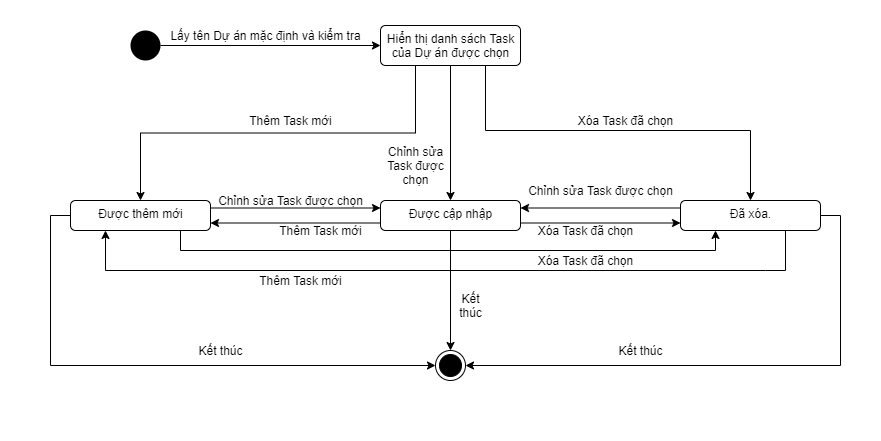
Before: ToDoApp-Doc/Document/Diagram/State Machine Diagram/DefaultProjectManagement/StateMachineDiagram_DefaultProjectManagement.png, a diagram exported from draw.io (Merevoli-DatLuu/To-Do-App). Source tidied: cells renumbered, new cells last; positions are measured from the earlier drawing's top-left corner, leaving out a move shared by most shapes.
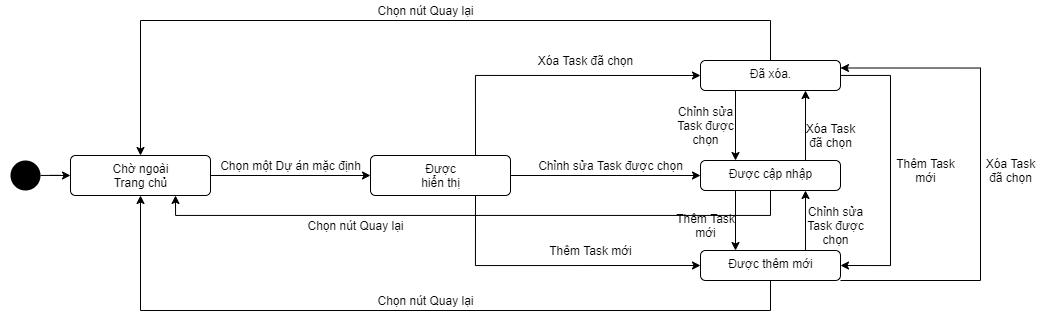
The same file after the commit.

Commit message:
[TODO-52]-[Modified]: DefaultProjectManagement State Diagram

Change to the diagram source:
```diff
@@ -2,119 +2,141 @@
   <root>
     <mxCell id="0" />
     <mxCell id="1" parent="0" />
-    <mxCell id="2" style="rounded=0;whiteSpace=wrap;html=1;strokeColor=none;" parent="1" vertex="1">
-      <mxGeometry width="880" height="440" as="geometry" />
-    </mxCell>
-    <mxCell id="3" style="edgeStyle=orthogonalEdgeStyle;rounded=0;jettySize=auto;html=1;" parent="1" edge="1" source="4" target="9">
-      <mxGeometry relative="1" as="geometry" />
-    </mxCell>
+    <mxCell id="35" style="rounded=0;whiteSpace=wrap;html=1;strokeColor=none;" parent="1" vertex="1">
+      <mxGeometry x="-10" y="-130" width="1040" height="320" as="geometry" />
+    </mxCell>
+    <mxCell id="36" style="edgeStyle=orthogonalEdgeStyle;rounded=0;jettySize=auto;html=1;entryX=0;entryY=0.5;entryDx=0;entryDy=0;" parent="1" edge="1" source="4" target="41">
+      <mxGeometry relative="1" as="geometry" />
+    </mxCell>
     <mxCell id="4" style="ellipse;fillColor=#000000;strokeColor=none;" parent="1" vertex="1">
-      <mxGeometry x="130" y="30" width="30" height="30" as="geometry" />
+      <mxGeometry y="30" width="30" height="30" as="geometry" />
     </mxCell>
-    <mxCell id="5" style="ellipse;html=1;shape=endState;fillColor=#000000;strokeColor=#000000;" parent="1" vertex="1">
-      <mxGeometry x="435" y="350" width="30" height="30" as="geometry" />
-    </mxCell>
-    <mxCell id="6" style="edgeStyle=orthogonalEdgeStyle;rounded=0;jettySize=auto;html=1;entryX=0.5;entryY=0;entryDx=0;entryDy=0;" parent="1" edge="1" source="9" target="22">
+    <mxCell id="6" style="edgeStyle=orthogonalEdgeStyle;rounded=0;jettySize=auto;html=1;entryX=0;entryY=0.5;entryDx=0;entryDy=0;exitX=1;exitY=0.5;exitDx=0;exitDy=0;" parent="1" edge="1" source="9" target="22">
       <mxGeometry relative="1" as="geometry" />
     </mxCell>
-    <mxCell id="7" style="rounded=0;jettySize=auto;html=1;entryX=0.5;entryY=0;entryDx=0;entryDy=0;edgeStyle=orthogonalEdgeStyle;exitX=0.75;exitY=1;exitDx=0;exitDy=0;" parent="1" edge="1" source="9" target="18">
+    <mxCell id="7" style="rounded=0;jettySize=auto;html=1;entryX=0;entryY=0.5;entryDx=0;entryDy=0;edgeStyle=orthogonalEdgeStyle;exitX=0.75;exitY=0;exitDx=0;exitDy=0;" parent="1" edge="1" source="9" target="18">
       <mxGeometry relative="1" as="geometry">
         <Array as="points">
-          <mxPoint x="485" y="130" />
-          <mxPoint x="750" y="130" />
+          <mxPoint x="465" y="-55" />
         </Array>
       </mxGeometry>
     </mxCell>
-    <mxCell id="8" style="edgeStyle=orthogonalEdgeStyle;rounded=0;jettySize=auto;html=1;entryX=0.5;entryY=0;entryDx=0;entryDy=0;exitX=0.25;exitY=1;exitDx=0;exitDy=0;" parent="1" edge="1" source="9" target="14">
+    <mxCell id="8" style="edgeStyle=orthogonalEdgeStyle;rounded=0;jettySize=auto;html=1;entryX=0;entryY=0.5;entryDx=0;entryDy=0;exitX=0.75;exitY=1;exitDx=0;exitDy=0;" parent="1" edge="1" source="9" target="14">
       <mxGeometry relative="1" as="geometry" />
     </mxCell>
-    <mxCell id="9" value="Hiển thị danh sách Task&lt;br&gt;của Dự án được chọn" style="html=1;align=center;verticalAlign=top;rounded=1;absoluteArcSize=1;arcSize=10;dashed=0;" parent="1" vertex="1">
-      <mxGeometry x="380" y="25" width="140" height="40" as="geometry" />
+    <mxCell id="9" value="Được&lt;br&gt;hiển thị" style="html=1;align=center;verticalAlign=top;rounded=1;absoluteArcSize=1;arcSize=10;dashed=0;" parent="1" vertex="1">
+      <mxGeometry x="360" y="25" width="140" height="40" as="geometry" />
     </mxCell>
-    <mxCell id="10" value="Lấy tên Dự án mặc định và kiểm tra" style="text;html=1;align=center;verticalAlign=middle;" parent="1" vertex="1">
-      <mxGeometry x="160" y="25" width="210" height="20" as="geometry" />
-    </mxCell>
-    <mxCell id="11" style="edgeStyle=orthogonalEdgeStyle;rounded=0;jettySize=auto;html=1;exitX=1;exitY=0.25;exitDx=0;exitDy=0;entryX=0;entryY=0.25;entryDx=0;entryDy=0;" parent="1" edge="1" source="14" target="22">
+    <mxCell id="11" style="edgeStyle=orthogonalEdgeStyle;rounded=0;jettySize=auto;html=1;exitX=0.75;exitY=0;exitDx=0;exitDy=0;entryX=0.75;entryY=1;entryDx=0;entryDy=0;" parent="1" edge="1" source="14" target="22">
       <mxGeometry relative="1" as="geometry" />
     </mxCell>
-    <mxCell id="12" style="edgeStyle=orthogonalEdgeStyle;rounded=0;jettySize=auto;html=1;entryX=0.25;entryY=1;entryDx=0;entryDy=0;exitX=0.75;exitY=1;exitDx=0;exitDy=0;" parent="1" edge="1" source="14" target="18">
+    <mxCell id="12" style="edgeStyle=orthogonalEdgeStyle;rounded=0;jettySize=auto;html=1;entryX=1;entryY=0.25;entryDx=0;entryDy=0;" parent="1" edge="1" source="14" target="18">
       <mxGeometry relative="1" as="geometry">
         <Array as="points">
-          <mxPoint x="180" y="250" />
-          <mxPoint x="715" y="250" />
+          <mxPoint x="970" y="150" />
+          <mxPoint x="970" y="-62" />
         </Array>
       </mxGeometry>
     </mxCell>
-    <mxCell id="13" style="edgeStyle=orthogonalEdgeStyle;rounded=0;jettySize=auto;html=1;entryX=0;entryY=0.5;entryDx=0;entryDy=0;exitX=0;exitY=0.5;exitDx=0;exitDy=0;" parent="1" edge="1" source="14" target="5">
-      <mxGeometry relative="1" as="geometry" />
-    </mxCell>
+    <mxCell id="37" style="edgeStyle=orthogonalEdgeStyle;rounded=0;jettySize=auto;html=1;entryX=0.5;entryY=1;entryDx=0;entryDy=0;" parent="1" edge="1" source="14" target="41">
+      <mxGeometry relative="1" as="geometry">
+        <Array as="points">
+          <mxPoint x="760" y="180" />
+          <mxPoint x="130" y="180" />
+        </Array>
+      </mxGeometry>
+    </mxCell>
     <mxCell id="14" value="Được thêm mới" style="html=1;align=center;verticalAlign=top;rounded=1;absoluteArcSize=1;arcSize=10;dashed=0;" parent="1" vertex="1">
-      <mxGeometry x="70" y="200" width="140" height="30" as="geometry" />
+      <mxGeometry x="690" y="120" width="140" height="30" as="geometry" />
     </mxCell>
-    <mxCell id="15" style="edgeStyle=orthogonalEdgeStyle;rounded=0;jettySize=auto;html=1;entryX=1;entryY=0.25;entryDx=0;entryDy=0;exitX=0;exitY=0.25;exitDx=0;exitDy=0;" parent="1" edge="1" source="18" target="22">
-      <mxGeometry relative="1" as="geometry" />
+    <mxCell id="15" style="edgeStyle=orthogonalEdgeStyle;rounded=0;jettySize=auto;html=1;entryX=0.25;entryY=0;entryDx=0;entryDy=0;exitX=0.25;exitY=1;exitDx=0;exitDy=0;" parent="1" edge="1" source="18" target="22">
+      <mxGeometry relative="1" as="geometry">
+        <Array as="points">
+          <mxPoint x="725" y="-40" />
+          <mxPoint x="725" y="30" />
+        </Array>
+      </mxGeometry>
     </mxCell>
-    <mxCell id="16" style="edgeStyle=orthogonalEdgeStyle;rounded=0;jettySize=auto;html=1;entryX=0.25;entryY=1;entryDx=0;entryDy=0;exitX=0.75;exitY=1;exitDx=0;exitDy=0;" parent="1" edge="1" source="18" target="14">
+    <mxCell id="16" style="edgeStyle=orthogonalEdgeStyle;rounded=0;jettySize=auto;html=1;entryX=1;entryY=0.5;entryDx=0;entryDy=0;" parent="1" edge="1" source="18" target="14">
       <mxGeometry relative="1" as="geometry">
         <Array as="points">
-          <mxPoint x="765" y="270" />
-          <mxPoint x="155" y="270" />
+          <mxPoint x="880" y="-55" />
+          <mxPoint x="880" y="135" />
         </Array>
       </mxGeometry>
     </mxCell>
-    <mxCell id="17" style="edgeStyle=orthogonalEdgeStyle;rounded=0;jettySize=auto;html=1;entryX=1;entryY=0.5;entryDx=0;entryDy=0;exitX=1;exitY=0.5;exitDx=0;exitDy=0;" parent="1" edge="1" source="18" target="5">
-      <mxGeometry relative="1" as="geometry" />
-    </mxCell>
+    <mxCell id="38" style="edgeStyle=orthogonalEdgeStyle;rounded=0;jettySize=auto;html=1;entryX=0.5;entryY=0;entryDx=0;entryDy=0;" parent="1" edge="1" source="18" target="41">
+      <mxGeometry relative="1" as="geometry">
+        <Array as="points">
+          <mxPoint x="760" y="-110" />
+          <mxPoint x="130" y="-110" />
+        </Array>
+      </mxGeometry>
+    </mxCell>
     <mxCell id="18" value="Đã xóa." style="html=1;align=center;verticalAlign=top;rounded=1;absoluteArcSize=1;arcSize=10;dashed=0;" parent="1" vertex="1">
-      <mxGeometry x="680" y="200" width="140" height="30" as="geometry" />
+      <mxGeometry x="690" y="-70" width="140" height="30" as="geometry" />
     </mxCell>
-    <mxCell id="19" style="edgeStyle=orthogonalEdgeStyle;rounded=0;jettySize=auto;html=1;entryX=1;entryY=0.75;entryDx=0;entryDy=0;exitX=0;exitY=0.75;exitDx=0;exitDy=0;" parent="1" edge="1" source="22" target="14">
+    <mxCell id="19" style="edgeStyle=orthogonalEdgeStyle;rounded=0;jettySize=auto;html=1;entryX=0.25;entryY=0;entryDx=0;entryDy=0;exitX=0.25;exitY=1;exitDx=0;exitDy=0;" parent="1" edge="1" source="22" target="14">
       <mxGeometry relative="1" as="geometry" />
     </mxCell>
-    <mxCell id="20" style="edgeStyle=orthogonalEdgeStyle;rounded=0;jettySize=auto;html=1;exitX=1;exitY=0.75;exitDx=0;exitDy=0;entryX=0;entryY=0.75;entryDx=0;entryDy=0;" parent="1" edge="1" source="22" target="18">
+    <mxCell id="20" style="edgeStyle=orthogonalEdgeStyle;rounded=0;jettySize=auto;html=1;exitX=0.75;exitY=0;exitDx=0;exitDy=0;entryX=0.75;entryY=1;entryDx=0;entryDy=0;" parent="1" edge="1" source="22" target="18">
       <mxGeometry relative="1" as="geometry" />
     </mxCell>
-    <mxCell id="21" style="edgeStyle=orthogonalEdgeStyle;rounded=0;jettySize=auto;html=1;entryX=0.5;entryY=0;entryDx=0;entryDy=0;" parent="1" edge="1" source="22" target="5">
-      <mxGeometry relative="1" as="geometry" />
-    </mxCell>
+    <mxCell id="39" style="edgeStyle=orthogonalEdgeStyle;rounded=0;jettySize=auto;html=1;entryX=0.75;entryY=1;entryDx=0;entryDy=0;" parent="1" edge="1" source="22" target="41">
+      <mxGeometry relative="1" as="geometry">
+        <Array as="points">
+          <mxPoint x="760" y="85" />
+          <mxPoint x="165" y="85" />
+        </Array>
+      </mxGeometry>
+    </mxCell>
     <mxCell id="22" value="Được cập nhập" style="html=1;align=center;verticalAlign=top;rounded=1;absoluteArcSize=1;arcSize=10;dashed=0;" parent="1" vertex="1">
-      <mxGeometry x="380" y="200" width="140" height="30" as="geometry" />
+      <mxGeometry x="690" y="30" width="140" height="30" as="geometry" />
     </mxCell>
-    <mxCell id="23" value="Thêm Task mới" style="text;html=1;align=center;verticalAlign=middle;" parent="1" vertex="1">
-      <mxGeometry x="240" y="110" width="100" height="20" as="geometry" />
+    <mxCell id="23" value="Thêm Task&lt;br&gt;mới" style="text;html=1;align=center;verticalAlign=middle;" parent="1" vertex="1">
+      <mxGeometry x="660" y="80" width="70" height="30" as="geometry" />
     </mxCell>
-    <mxCell id="24" value="Xóa Task đã chọn" style="text;html=1;align=center;verticalAlign=middle;" parent="1" vertex="1">
-      <mxGeometry x="570" y="110" width="110" height="20" as="geometry" />
-    </mxCell>
     <mxCell id="25" value="Chỉnh sửa&lt;br&gt;Task được&lt;br&gt;chọn" style="text;html=1;align=center;verticalAlign=middle;" parent="1" vertex="1">
-      <mxGeometry x="380" y="140" width="70" height="50" as="geometry" />
+      <mxGeometry x="660" y="-30" width="70" height="50" as="geometry" />
     </mxCell>
     <mxCell id="26" value="Thêm Task mới" style="text;html=1;align=center;verticalAlign=middle;" parent="1" vertex="1">
-      <mxGeometry x="270" y="220" width="100" height="20" as="geometry" />
+      <mxGeometry x="530" y="110" width="100" height="20" as="geometry" />
     </mxCell>
-    <mxCell id="27" value="Thêm Task mới" style="text;html=1;align=center;verticalAlign=middle;" parent="1" vertex="1">
-      <mxGeometry x="250" y="270" width="100" height="20" as="geometry" />
-    </mxCell>
     <mxCell id="28" value="Xóa Task đã chọn" style="text;html=1;align=center;verticalAlign=middle;" parent="1" vertex="1">
-      <mxGeometry x="530" y="220" width="110" height="20" as="geometry" />
+      <mxGeometry x="520" y="-80" width="110" height="20" as="geometry" />
     </mxCell>
-    <mxCell id="29" value="Xóa Task đã chọn" style="text;html=1;align=center;verticalAlign=middle;" parent="1" vertex="1">
-      <mxGeometry x="530" y="250" width="110" height="20" as="geometry" />
+    <mxCell id="29" value="Xóa Task&lt;br&gt;đã chọn" style="text;html=1;align=center;verticalAlign=middle;" parent="1" vertex="1">
+      <mxGeometry x="790" y="-10" width="60" height="30" as="geometry" />
     </mxCell>
+    <mxCell id="31" value="Chỉnh sửa Task được chọn" style="text;html=1;align=center;verticalAlign=middle;" parent="1" vertex="1">
+      <mxGeometry x="520" y="25" width="160" height="20" as="geometry" />
+    </mxCell>
-    <mxCell id="30" value="Chỉnh sửa Task được chọn" style="text;html=1;align=center;verticalAlign=middle;" parent="1" vertex="1">
-      <mxGeometry x="210" y="190" width="160" height="20" as="geometry" />
+    <mxCell id="30" value="Chỉnh sửa&lt;br&gt;Task được&lt;br&gt;chọn" style="text;html=1;align=center;verticalAlign=middle;" parent="1" vertex="1">
+      <mxGeometry x="790" y="70" width="70" height="50" as="geometry" />
     </mxCell>
-    <mxCell id="31" value="Chỉnh sửa Task được chọn" style="text;html=1;align=center;verticalAlign=middle;" parent="1" vertex="1">
-      <mxGeometry x="520" y="180" width="160" height="20" as="geometry" />
-    </mxCell>
-    <mxCell id="32" value="Kết&lt;br&gt;thúc" style="text;html=1;align=center;verticalAlign=middle;" parent="1" vertex="1">
-      <mxGeometry x="450" y="290" width="40" height="30" as="geometry" />
-    </mxCell>
-    <mxCell id="33" value="Kết thúc" style="text;html=1;align=center;verticalAlign=middle;" parent="1" vertex="1">
-      <mxGeometry x="190" y="340" width="60" height="20" as="geometry" />
-    </mxCell>
-    <mxCell id="34" value="Kết thúc" style="text;html=1;align=center;verticalAlign=middle;" parent="1" vertex="1">
-      <mxGeometry x="610" y="340" width="60" height="20" as="geometry" />
-    </mxCell>
+    <mxCell id="40" style="edgeStyle=orthogonalEdgeStyle;rounded=0;jettySize=auto;html=1;entryX=0;entryY=0.5;entryDx=0;entryDy=0;" parent="1" edge="1" source="41" target="9">
+      <mxGeometry relative="1" as="geometry" />
+    </mxCell>
+    <mxCell id="41" value="Chờ ngoài&lt;br&gt;Trang chủ" style="html=1;align=center;verticalAlign=top;rounded=1;absoluteArcSize=1;arcSize=10;dashed=0;" parent="1" vertex="1">
+      <mxGeometry x="60" y="25" width="140" height="40" as="geometry" />
+    </mxCell>
+    <mxCell id="42" value="Chọn một Dự án mặc định" style="text;html=1;align=center;verticalAlign=middle;" parent="1" vertex="1">
+      <mxGeometry x="200" y="25" width="160" height="20" as="geometry" />
+    </mxCell>
+    <mxCell id="24" value="Xóa Task&lt;br&gt;đã chọn" style="text;html=1;align=center;verticalAlign=middle;" parent="1" vertex="1">
+      <mxGeometry x="970" y="25" width="60" height="30" as="geometry" />
+    </mxCell>
+    <mxCell id="27" value="Thêm Task&lt;br&gt;mới" style="text;html=1;align=center;verticalAlign=middle;" parent="1" vertex="1">
+      <mxGeometry x="880" y="25" width="70" height="30" as="geometry" />
+    </mxCell>
+    <mxCell id="43" value="Chọn nút Quay lại" style="text;html=1;align=center;verticalAlign=middle;" parent="1" vertex="1">
+      <mxGeometry x="360" y="-130" width="110" height="20" as="geometry" />
+    </mxCell>
+    <mxCell id="44" value="Chọn nút Quay lại" style="text;html=1;align=center;verticalAlign=middle;" parent="1" vertex="1">
+      <mxGeometry x="360" y="160" width="110" height="20" as="geometry" />
+    </mxCell>
+    <mxCell id="45" value="Chọn nút Quay lại" style="text;html=1;align=center;verticalAlign=middle;" parent="1" vertex="1">
+      <mxGeometry x="290" y="85" width="110" height="20" as="geometry" />
+    </mxCell>
   </root>
 </mxGraphModel>
```
